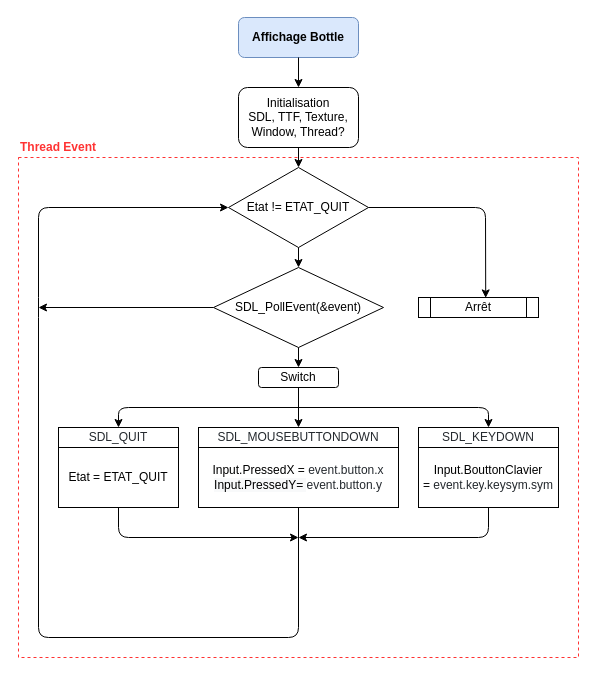
Above: page "Main Thread" (1 of 6) of AffichageBottle.drawio in lucasmaisonnave/BottleV2 (draw.io), before the change. Source tidied: cells renumbered, new cells numbered last; positions are measured from the earlier drawing's top-left corner, leaving out a move shared by most shapes. Both pictures are drawn from the tidied source at 100%, with x=0, y=0 at pixel (18, 17).
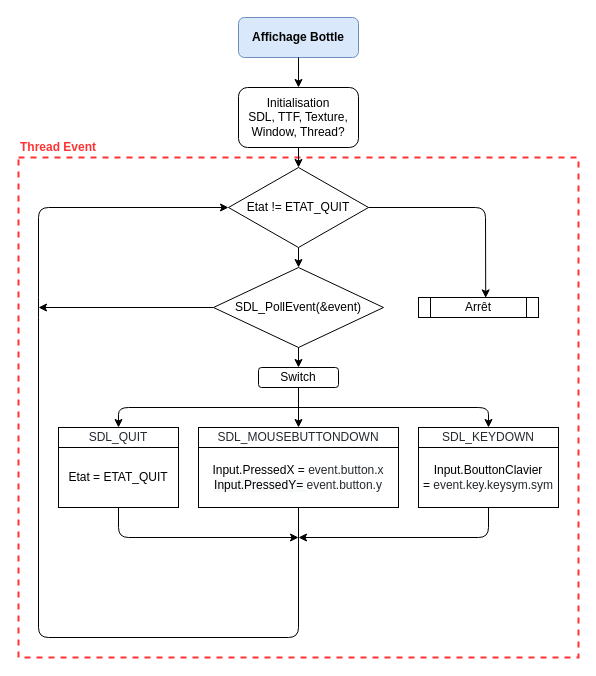
The same diagram, later.

What changed in the source:
```diff
@@
-    <mxCell id="5" style="whiteSpace=wrap;html=1;fillColor=none;dashed=1;strokeColor=#FF3333;" parent="1" vertex="1">
+    <mxCell id="5" style="whiteSpace=wrap;html=1;fillColor=none;dashed=1;strokeColor=#FF3333;strokeWidth=2;" parent="1" vertex="1">
       <mxGeometry y="140" width="560" height="500" as="geometry" />
     </mxCell>
```
